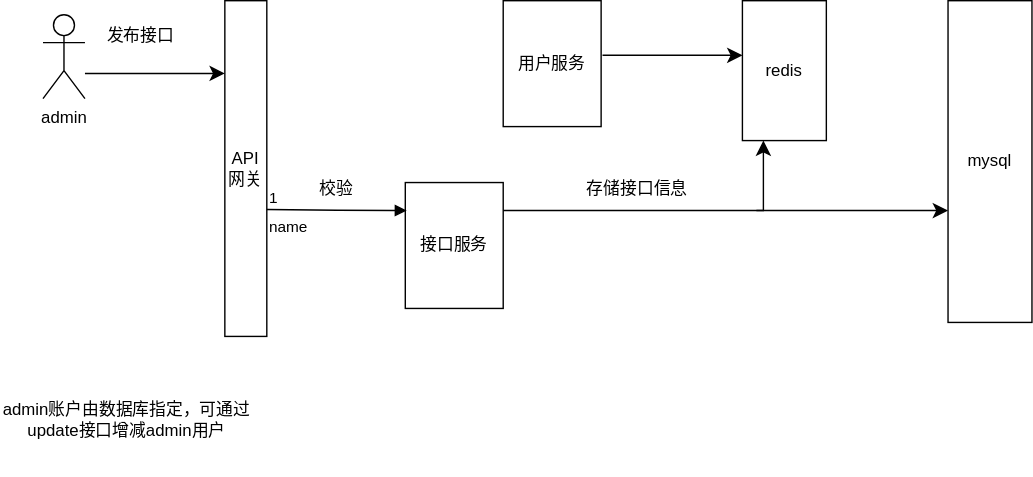
Above: architecture-diagram.drawio.svg in XISSG/open-api-platform (draw.io), before the change. Source tidied: cells renumbered, new cells last; positions are measured from the earlier drawing's top-left corner, leaving out a move shared by most shapes.
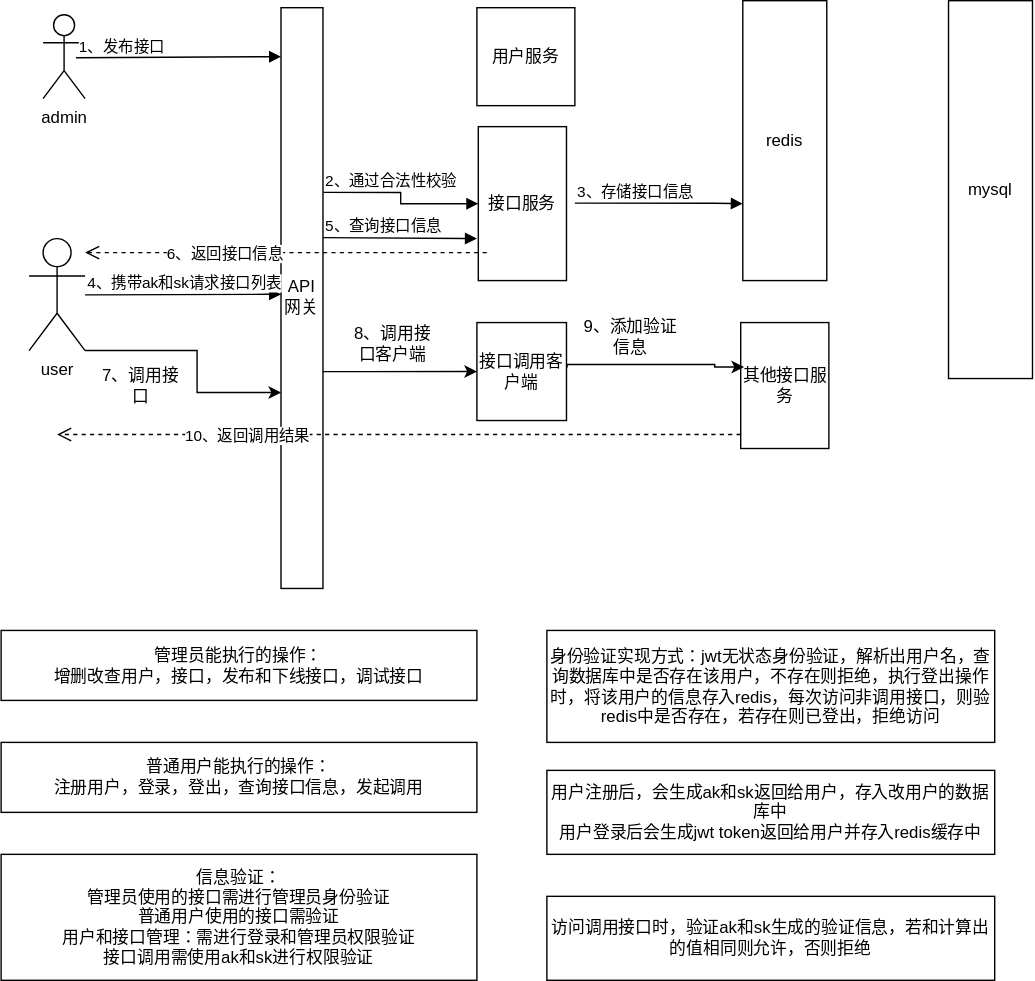
The same diagram one commit later.

Change to the diagram source:
```diff
@@ -3,63 +3,151 @@
     <mxCell id="0" />
     <mxCell id="1" parent="0" />
     <mxCell id="2" value="用户服务" style="rounded=0;whiteSpace=wrap;html=1;" parent="1" vertex="1">
-      <mxGeometry x="359" width="70" height="90" as="geometry" />
+      <mxGeometry x="340" y="5" width="70" height="70" as="geometry" />
     </mxCell>
-    <mxCell id="3" value="接口服务" style="rounded=0;whiteSpace=wrap;html=1;" parent="1" vertex="1">
-      <mxGeometry x="289" y="130" width="70" height="90" as="geometry" />
-    </mxCell>
+    <mxCell id="18" style="edgeStyle=orthogonalEdgeStyle;rounded=0;jettySize=auto;html=1;entryX=0;entryY=0.5;entryDx=0;entryDy=0;" parent="1" edge="1" source="4" target="19">
+      <mxGeometry relative="1" as="geometry">
+        <Array as="points">
+          <mxPoint x="260" y="265" />
+          <mxPoint x="260" y="265" />
+        </Array>
+      </mxGeometry>
+    </mxCell>
     <mxCell id="4" value="API网关" style="rounded=0;whiteSpace=wrap;html=1;" parent="1" vertex="1">
-      <mxGeometry x="160" width="30" height="240" as="geometry" />
+      <mxGeometry x="200" y="5" width="30" height="415" as="geometry" />
     </mxCell>
     <mxCell id="5" value="redis" style="rounded=0;whiteSpace=wrap;html=1;" parent="1" vertex="1">
-      <mxGeometry x="530" width="60" height="100" as="geometry" />
+      <mxGeometry x="530" width="60" height="200" as="geometry" />
     </mxCell>
     <mxCell id="6" value="mysql" style="rounded=0;whiteSpace=wrap;html=1;" parent="1" vertex="1">
-      <mxGeometry x="677" width="60" height="230" as="geometry" />
+      <mxGeometry x="677" width="60" height="270" as="geometry" />
     </mxCell>
     <mxCell id="7" value="admin" style="shape=umlActor;verticalLabelPosition=bottom;verticalAlign=top;html=1;" parent="1" vertex="1">
       <mxGeometry x="30" y="10" width="30" height="60" as="geometry" />
     </mxCell>
-    <mxCell id="8" value="admin账户由数据库指定，可通过update接口增减admin用户" style="text;html=1;align=center;verticalAlign=middle;whiteSpace=wrap;rounded=0;" parent="1" vertex="1">
-      <mxGeometry y="260" width="180" height="80" as="geometry" />
-    </mxCell>
-    <mxCell id="9" style="edgeStyle=segmentEdgeStyle;endArrow=classic;html=1;curved=0;rounded=0;endSize=8;startSize=8;" parent="1" edge="1" target="4">
-      <mxGeometry relative="1" as="geometry">
-        <mxPoint x="60" y="52" as="sourcePoint" />
-      </mxGeometry>
-    </mxCell>
-    <mxCell id="10" value="发布接口" style="text;html=1;align=center;verticalAlign=middle;whiteSpace=wrap;rounded=0;" parent="1" vertex="1">
-      <mxGeometry x="70" y="10" width="60" height="30" as="geometry" />
-    </mxCell>
-    <mxCell id="11" value="校验" style="text;html=1;align=center;verticalAlign=middle;whiteSpace=wrap;rounded=0;" parent="1" vertex="1">
-      <mxGeometry x="210" y="120" width="60" height="30" as="geometry" />
-    </mxCell>
-    <mxCell id="12" style="edgeStyle=segmentEdgeStyle;endArrow=classic;html=1;curved=0;rounded=0;endSize=8;startSize=8;entryX=0;entryY=0.393;entryDx=0;entryDy=0;entryPerimeter=0;" parent="1" edge="1" target="5">
-      <mxGeometry relative="1" as="geometry">
-        <mxPoint x="430" y="39" as="sourcePoint" />
-      </mxGeometry>
-    </mxCell>
-    <mxCell id="13" style="edgeStyle=segmentEdgeStyle;endArrow=classic;html=1;curved=0;rounded=0;endSize=8;startSize=8;entryX=0.25;entryY=1;entryDx=0;entryDy=0;" parent="1" edge="1" target="5">
-      <mxGeometry relative="1" as="geometry">
-        <mxPoint x="359" y="150" as="sourcePoint" />
-      </mxGeometry>
-    </mxCell>
-    <mxCell id="14" value="存储接口信息" style="text;html=1;align=center;verticalAlign=middle;whiteSpace=wrap;rounded=0;" parent="1" vertex="1">
-      <mxGeometry x="410" y="120" width="90" height="30" as="geometry" />
-    </mxCell>
-    <mxCell id="15" value="name" style="endArrow=block;endFill=1;html=1;edgeStyle=orthogonalEdgeStyle;align=left;verticalAlign=top;rounded=0;" parent="1" edge="1">
-      <mxGeometry x="-1" relative="1" as="geometry">
-        <mxPoint x="190" y="149.3" as="sourcePoint" />
-        <mxPoint x="290" y="150" as="targetPoint" />
-      </mxGeometry>
-    </mxCell>
-    <mxCell id="16" value="1" style="edgeLabel;html=1;align=left;verticalAlign=bottom;" parent="15" vertex="1">
-      <mxGeometry x="-1" relative="1" as="geometry" />
-    </mxCell>
-    <mxCell id="17" style="edgeStyle=segmentEdgeStyle;endArrow=classic;html=1;curved=0;rounded=0;endSize=8;startSize=8;" parent="1" edge="1" target="6">
-      <mxGeometry relative="1" as="geometry">
-        <mxPoint x="540" y="150" as="sourcePoint" />
-      </mxGeometry>
-    </mxCell>
+    <mxCell id="3" value="接口服务" style="rounded=0;whiteSpace=wrap;html=1;" parent="1" vertex="1">
+      <mxGeometry x="341" y="90" width="63" height="110" as="geometry" />
+    </mxCell>
+    <mxCell id="19" value="接口调用客户端" style="rounded=0;whiteSpace=wrap;html=1;" parent="1" vertex="1">
+      <mxGeometry x="340" y="230" width="64" height="70" as="geometry" />
+    </mxCell>
+    <mxCell id="20" style="endArrow=block;endFill=1;html=1;edgeStyle=orthogonalEdgeStyle;align=left;verticalAlign=top;rounded=0;entryX=-0.119;entryY=0.127;entryDx=0;entryDy=0;entryPerimeter=0;" parent="1" edge="1">
+      <mxGeometry x="-0.78" y="-9" relative="1" as="geometry">
+        <mxPoint x="53.6" y="40.8" as="sourcePoint" />
+        <mxPoint x="200" y="40" as="targetPoint" />
+        <Array as="points">
+          <mxPoint x="199.6" y="41" />
+        </Array>
+      </mxGeometry>
+    </mxCell>
+    <mxCell id="21" value="1、发布接口" style="edgeLabel;html=1;align=left;verticalAlign=bottom;" parent="20" vertex="1">
+      <mxGeometry x="-1" relative="1" as="geometry" />
+    </mxCell>
+    <mxCell id="22" style="endArrow=block;endFill=1;html=1;edgeStyle=orthogonalEdgeStyle;align=left;verticalAlign=top;rounded=0;exitX=1.01;exitY=0.318;exitDx=0;exitDy=0;exitPerimeter=0;" parent="1" edge="1" source="4" target="3">
+      <mxGeometry x="-1" relative="1" as="geometry" />
+    </mxCell>
+    <mxCell id="23" value="2、通过合法性校验" style="edgeLabel;html=1;align=left;verticalAlign=bottom;" parent="22" vertex="1">
+      <mxGeometry x="-1" relative="1" as="geometry" />
+    </mxCell>
+    <mxCell id="24" style="endArrow=block;endFill=1;html=1;edgeStyle=orthogonalEdgeStyle;align=left;verticalAlign=top;rounded=0;" parent="1" edge="1">
+      <mxGeometry x="-1" relative="1" as="geometry">
+        <mxPoint x="410" y="144.7" as="sourcePoint" />
+        <mxPoint x="530" y="145.1" as="targetPoint" />
+        <Array as="points">
+          <mxPoint x="510" y="144.2" />
+        </Array>
+      </mxGeometry>
+    </mxCell>
+    <mxCell id="25" value="3、存储接口信息" style="edgeLabel;html=1;align=left;verticalAlign=bottom;" parent="24" vertex="1">
+      <mxGeometry x="-1" relative="1" as="geometry" />
+    </mxCell>
+    <mxCell id="26" style="edgeStyle=orthogonalEdgeStyle;rounded=0;jettySize=auto;html=1;" parent="1" edge="1" source="27">
+      <mxGeometry relative="1" as="geometry">
+        <mxPoint x="200" y="280" as="targetPoint" />
+        <Array as="points">
+          <mxPoint x="140" y="250" />
+          <mxPoint x="140" y="280" />
+          <mxPoint x="200" y="280" />
+        </Array>
+      </mxGeometry>
+    </mxCell>
+    <mxCell id="27" value="user" style="shape=umlActor;verticalLabelPosition=bottom;verticalAlign=top;html=1;outlineConnect=0;" parent="1" vertex="1">
+      <mxGeometry x="20" y="170" width="40" height="80" as="geometry" />
+    </mxCell>
+    <mxCell id="28" style="endArrow=block;endFill=1;html=1;edgeStyle=orthogonalEdgeStyle;align=left;verticalAlign=top;rounded=0;entryX=-0.119;entryY=0.127;entryDx=0;entryDy=0;entryPerimeter=0;" parent="1" edge="1">
+      <mxGeometry x="-0.78" y="-9" relative="1" as="geometry">
+        <mxPoint x="60" y="210.2" as="sourcePoint" />
+        <mxPoint x="200" y="209.8" as="targetPoint" />
+        <Array as="points">
+          <mxPoint x="199.5" y="210.8" />
+        </Array>
+      </mxGeometry>
+    </mxCell>
+    <mxCell id="29" value="4、携带ak和sk请求接口列表" style="edgeLabel;html=1;align=left;verticalAlign=bottom;" parent="28" vertex="1">
+      <mxGeometry x="-1" relative="1" as="geometry" />
+    </mxCell>
+    <mxCell id="30" style="endArrow=block;endFill=1;html=1;edgeStyle=orthogonalEdgeStyle;align=left;verticalAlign=top;rounded=0;exitX=1.011;exitY=0.62;exitDx=0;exitDy=0;exitPerimeter=0;" parent="1" edge="1">
+      <mxGeometry x="-0.78" y="-9" relative="1" as="geometry">
+        <mxPoint x="230" y="169.3" as="sourcePoint" />
+        <mxPoint x="340" y="170" as="targetPoint" />
+        <Array as="points">
+          <mxPoint x="230" y="169" />
+        </Array>
+      </mxGeometry>
+    </mxCell>
+    <mxCell id="31" value="5、查询接口信息" style="edgeLabel;html=1;align=left;verticalAlign=bottom;" parent="30" vertex="1">
+      <mxGeometry x="-1" relative="1" as="geometry" />
+    </mxCell>
+    <mxCell id="32" value="6、返回接口信息" style="html=1;verticalAlign=bottom;endArrow=open;dashed=1;endSize=8;curved=0;rounded=0;" parent="1" edge="1">
+      <mxGeometry x="0.3" y="10" relative="1" as="geometry">
+        <mxPoint x="347" y="180" as="sourcePoint" />
+        <mxPoint x="60" y="180" as="targetPoint" />
+      </mxGeometry>
+    </mxCell>
+    <mxCell id="33" value="管理员能执行的操作：&lt;div&gt;增删改查用户，接口，发布和下线接口，调试接口&lt;/div&gt;" style="html=1;whiteSpace=wrap;" parent="1" vertex="1">
+      <mxGeometry y="450" width="340" height="50" as="geometry" />
+    </mxCell>
+    <mxCell id="34" value="普通用户能执行的操作：&lt;div&gt;注册用户，登录，登出，查询接口信息，发起调用&lt;/div&gt;" style="html=1;whiteSpace=wrap;" parent="1" vertex="1">
+      <mxGeometry y="530" width="340" height="50" as="geometry" />
+    </mxCell>
+    <mxCell id="35" value="信息验证：&lt;div&gt;&lt;div&gt;管理员使用的接口需进行管理员身份验证&lt;/div&gt;&lt;div&gt;普通用户使用的接口需验证&lt;/div&gt;&lt;/div&gt;&lt;div&gt;用户和接口管理：需进行登录和管理员权限验证&lt;/div&gt;&lt;div&gt;接口调用需使用ak和sk进行权限验证&lt;/div&gt;" style="html=1;whiteSpace=wrap;" parent="1" vertex="1">
+      <mxGeometry y="610" width="340" height="90" as="geometry" />
+    </mxCell>
+    <mxCell id="36" value="身份验证实现方式：jwt无状态身份验证，解析出用户名，查询数据库中是否存在该用户，不存在则拒绝，执行登出操作时，将该用户的信息存入redis，每次访问非调用接口，则验redis中是否存在，若存在则已登出，拒绝访问" style="rounded=0;whiteSpace=wrap;html=1;" parent="1" vertex="1">
+      <mxGeometry x="390" y="450" width="320" height="80" as="geometry" />
+    </mxCell>
+    <mxCell id="37" value="访问调用接口时，验证ak和sk生成的验证信息，若和计算出的值相同则允许，否则拒绝" style="rounded=0;whiteSpace=wrap;html=1;" parent="1" vertex="1">
+      <mxGeometry x="390" y="640" width="320" height="60" as="geometry" />
+    </mxCell>
+    <mxCell id="38" value="用户注册后，会生成ak和sk返回给用户，存入改用户的数据库中&lt;div&gt;&lt;span style=&quot;background-color: initial;&quot;&gt;用户登录后会生成jwt token返回给用户并存入redis缓存中&lt;/span&gt;&lt;/div&gt;" style="rounded=0;whiteSpace=wrap;html=1;" parent="1" vertex="1">
+      <mxGeometry x="390" y="550" width="320" height="60" as="geometry" />
+    </mxCell>
+    <mxCell id="39" value="其他接口服务" style="rounded=0;whiteSpace=wrap;html=1;" parent="1" vertex="1">
+      <mxGeometry x="528.5" y="230" width="63" height="90" as="geometry" />
+    </mxCell>
+    <mxCell id="40" style="edgeStyle=orthogonalEdgeStyle;rounded=0;jettySize=auto;html=1;entryX=0.038;entryY=0.353;entryDx=0;entryDy=0;entryPerimeter=0;exitX=1.007;exitY=0.46;exitDx=0;exitDy=0;exitPerimeter=0;" parent="1" edge="1" source="19" target="39">
+      <mxGeometry relative="1" as="geometry">
+        <Array as="points">
+          <mxPoint x="404" y="260" />
+          <mxPoint x="510" y="260" />
+          <mxPoint x="510" y="262" />
+        </Array>
+      </mxGeometry>
+    </mxCell>
+    <mxCell id="41" value="9、添加验证信息" style="text;html=1;align=center;verticalAlign=middle;whiteSpace=wrap;rounded=0;" parent="1" vertex="1">
+      <mxGeometry x="410" y="230" width="80" height="20" as="geometry" />
+    </mxCell>
+    <mxCell id="42" value="10、返回调用结果" style="html=1;verticalAlign=bottom;endArrow=open;dashed=1;endSize=8;curved=0;rounded=0;exitX=0;exitY=1;exitDx=0;exitDy=0;" parent="1" edge="1">
+      <mxGeometry x="0.44" y="10" relative="1" as="geometry">
+        <mxPoint x="528.5" y="310" as="sourcePoint" />
+        <mxPoint x="40" y="310" as="targetPoint" />
+      </mxGeometry>
+    </mxCell>
+    <mxCell id="43" value="7、调用接口" style="text;html=1;align=center;verticalAlign=middle;whiteSpace=wrap;rounded=0;" parent="1" vertex="1">
+      <mxGeometry x="70" y="260" width="60" height="30" as="geometry" />
+    </mxCell>
+    <mxCell id="44" value="8、调用接口客户端" style="text;html=1;align=center;verticalAlign=middle;whiteSpace=wrap;rounded=0;" parent="1" vertex="1">
+      <mxGeometry x="250" y="230" width="60" height="30" as="geometry" />
+    </mxCell>
   </root>
 </mxGraphModel>
```
